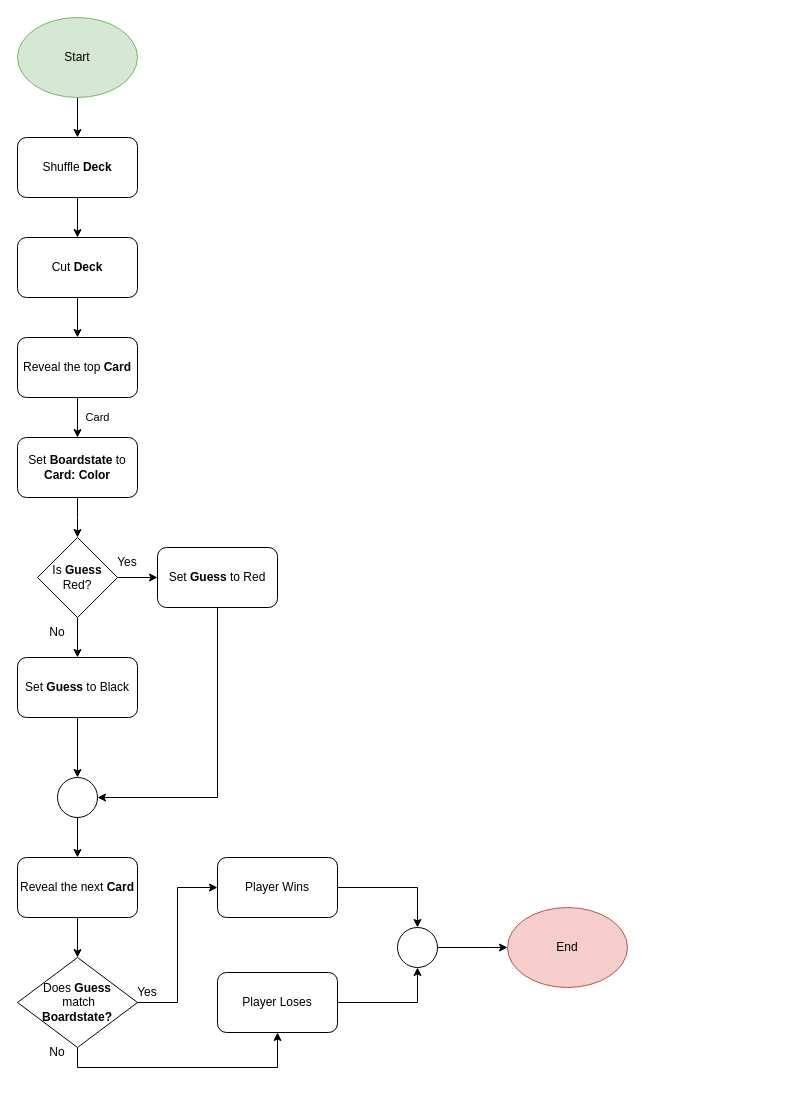
Above: images/Red or Black Game.drawio in FlipFlopsy/FlopsTEPrework (draw.io), before the change. Source tidied: cells renumbered, new cells numbered last; positions are measured from the earlier drawing's top-left corner, leaving out a move shared by most shapes. Both pictures are drawn from the tidied source at 100%, with x=0, y=0 at pixel (17, 17).
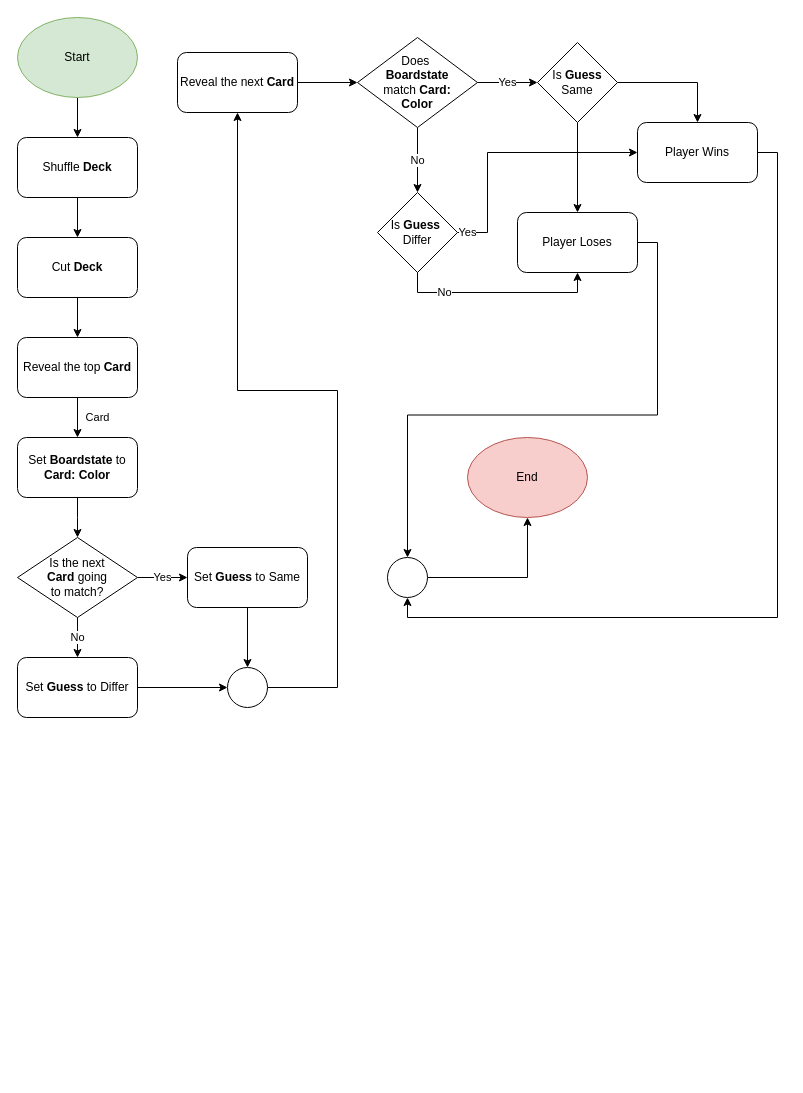
After the change.

Change to the diagram source:
```diff
@@
-    <mxCell id="12" style="edgeStyle=orthogonalEdgeStyle;rounded=0;jettySize=auto;html=1;" parent="1" edge="1" source="14" target="16">
-      <mxGeometry relative="1" as="geometry" />
-    </mxCell>
-    <mxCell id="13" style="edgeStyle=orthogonalEdgeStyle;rounded=0;jettySize=auto;html=1;" parent="1" edge="1" source="14" target="18">
-      <mxGeometry relative="1" as="geometry" />
-    </mxCell>
+    <mxCell id="37" value="Yes" style="edgeStyle=orthogonalEdgeStyle;rounded=0;jettySize=auto;html=1;" parent="1" edge="1" source="14" target="44">
+      <mxGeometry relative="1" as="geometry" />
+    </mxCell>
+    <mxCell id="38" value="No" style="edgeStyle=orthogonalEdgeStyle;rounded=0;jettySize=auto;html=1;" parent="1" edge="1" source="14" target="42">
+      <mxGeometry relative="1" as="geometry" />
+    </mxCell>
-    <mxCell id="14" value="Is &lt;b&gt;Guess&lt;/b&gt; Red?" style="rhombus;whiteSpace=wrap;html=1;" parent="1" vertex="1">
-      <mxGeometry x="20" y="520" width="80" height="80" as="geometry" />
+    <mxCell id="14" value="Is the next&lt;br&gt;&lt;b&gt;Card&lt;/b&gt;&amp;nbsp;going&lt;br&gt;to match?" style="rhombus;whiteSpace=wrap;html=1;" parent="1" vertex="1">
+      <mxGeometry y="520" width="120" height="80" as="geometry" />
     </mxCell>
-    <mxCell id="15" style="edgeStyle=orthogonalEdgeStyle;rounded=0;jettySize=auto;html=1;exitX=0.5;exitY=1;exitDx=0;exitDy=0;entryX=1;entryY=0.5;entryDx=0;entryDy=0;" parent="1" edge="1" source="16" target="20">
-      <mxGeometry relative="1" as="geometry" />
-    </mxCell>
-    <mxCell id="16" value="Set &lt;b&gt;Guess&lt;/b&gt;&amp;nbsp;to Red" style="rounded=1;whiteSpace=wrap;html=1;" parent="1" vertex="1">
-      <mxGeometry x="140" y="530" width="120" height="60" as="geometry" />
-    </mxCell>
-    <mxCell id="17" style="edgeStyle=orthogonalEdgeStyle;rounded=0;jettySize=auto;html=1;" parent="1" edge="1" source="18" target="20">
-      <mxGeometry relative="1" as="geometry" />
-    </mxCell>
-    <mxCell id="18" value="Set &lt;b&gt;Guess&lt;/b&gt;&amp;nbsp;to Black" style="rounded=1;whiteSpace=wrap;html=1;" parent="1" vertex="1">
-      <mxGeometry y="640" width="120" height="60" as="geometry" />
-    </mxCell>
-    <mxCell id="19" style="edgeStyle=orthogonalEdgeStyle;rounded=0;jettySize=auto;html=1;" parent="1" edge="1" source="20" target="22">
-      <mxGeometry relative="1" as="geometry" />
-    </mxCell>
-    <mxCell id="20" style="ellipse;whiteSpace=wrap;html=1;" parent="1" vertex="1">
-      <mxGeometry x="40" y="760" width="40" height="40" as="geometry" />
-    </mxCell>
@@
     <mxCell id="22" value="Reveal the next &lt;b&gt;Card&lt;/b&gt;" style="rounded=1;whiteSpace=wrap;html=1;" parent="1" vertex="1">
-      <mxGeometry y="840" width="120" height="60" as="geometry" />
+      <mxGeometry x="160" y="35" width="120" height="60" as="geometry" />
     </mxCell>
-    <mxCell id="23" style="edgeStyle=orthogonalEdgeStyle;rounded=0;jettySize=auto;html=1;exitX=1;exitY=0.5;exitDx=0;exitDy=0;entryX=0;entryY=0.5;entryDx=0;entryDy=0;" parent="1" edge="1" source="25" target="29">
-      <mxGeometry relative="1" as="geometry" />
-    </mxCell>
-    <mxCell id="24" style="edgeStyle=orthogonalEdgeStyle;rounded=0;jettySize=auto;html=1;exitX=0.5;exitY=1;exitDx=0;exitDy=0;entryX=0.5;entryY=1;entryDx=0;entryDy=0;" parent="1" edge="1" source="25" target="31">
-      <mxGeometry relative="1" as="geometry" />
-    </mxCell>
+    <mxCell id="39" value="No" style="edgeStyle=orthogonalEdgeStyle;rounded=0;jettySize=auto;html=1;" parent="1" edge="1" source="25" target="52">
+      <mxGeometry relative="1" as="geometry" />
+    </mxCell>
+    <mxCell id="40" value="Yes" style="edgeStyle=orthogonalEdgeStyle;rounded=0;jettySize=auto;html=1;" parent="1" edge="1" source="25" target="49">
+      <mxGeometry relative="1" as="geometry" />
+    </mxCell>
-    <mxCell id="25" value="Does &lt;b&gt;Guess&lt;br&gt;&lt;/b&gt;&amp;nbsp;match&lt;br&gt;&lt;b&gt;Boardstate?&lt;/b&gt;" style="rhombus;whiteSpace=wrap;html=1;" parent="1" vertex="1">
-      <mxGeometry y="940" width="120" height="90" as="geometry" />
+    <mxCell id="25" value="Does&lt;b&gt;&amp;nbsp;&lt;br&gt;Boardstate&lt;/b&gt;&lt;br&gt;match &lt;b&gt;Card: &lt;br&gt;Color&lt;/b&gt;" style="rhombus;whiteSpace=wrap;html=1;" parent="1" vertex="1">
+      <mxGeometry x="340" y="20" width="120" height="90" as="geometry" />
     </mxCell>
-    <mxCell id="26" value="Yes" style="text;html=1;align=center;verticalAlign=middle;whiteSpace=wrap;rounded=0;" parent="1" vertex="1">
-      <mxGeometry x="80" y="530" width="60" height="30" as="geometry" />
-    </mxCell>
-    <mxCell id="27" value="No" style="text;html=1;align=center;verticalAlign=middle;whiteSpace=wrap;rounded=0;" parent="1" vertex="1">
-      <mxGeometry x="10" y="600" width="60" height="30" as="geometry" />
-    </mxCell>
+    <mxCell id="32" style="edgeStyle=orthogonalEdgeStyle;rounded=0;jettySize=auto;html=1;" parent="1" edge="1" source="33" target="34">
+      <mxGeometry relative="1" as="geometry" />
+    </mxCell>
+    <mxCell id="33" style="ellipse;whiteSpace=wrap;html=1;" parent="1" vertex="1">
+      <mxGeometry x="370" y="540" width="40" height="40" as="geometry" />
+    </mxCell>
+    <mxCell id="34" value="End" style="ellipse;whiteSpace=wrap;html=1;fillColor=#f8cecc;strokeColor=#b85450;" parent="1" vertex="1">
+      <mxGeometry x="450" y="420" width="120" height="80" as="geometry" />
+    </mxCell>
-    <mxCell id="28" style="edgeStyle=orthogonalEdgeStyle;rounded=0;jettySize=auto;html=1;exitX=1;exitY=0.5;exitDx=0;exitDy=0;" parent="1" edge="1" source="29" target="33">
+    <mxCell id="28" style="edgeStyle=orthogonalEdgeStyle;rounded=0;jettySize=auto;html=1;exitX=1;exitY=0.5;exitDx=0;exitDy=0;entryX=0.5;entryY=1;entryDx=0;entryDy=0;" parent="1" edge="1" source="29" target="33">
       <mxGeometry relative="1" as="geometry" />
     </mxCell>
     <mxCell id="29" value="Player Wins" style="rounded=1;whiteSpace=wrap;html=1;" parent="1" vertex="1">
-      <mxGeometry x="200" y="840" width="120" height="60" as="geometry" />
+      <mxGeometry x="620" y="105" width="120" height="60" as="geometry" />
     </mxCell>
-    <mxCell id="30" style="edgeStyle=orthogonalEdgeStyle;rounded=0;jettySize=auto;html=1;exitX=1;exitY=0.5;exitDx=0;exitDy=0;entryX=0.5;entryY=1;entryDx=0;entryDy=0;" parent="1" edge="1" source="31" target="33">
+    <mxCell id="30" style="edgeStyle=orthogonalEdgeStyle;rounded=0;jettySize=auto;html=1;exitX=1;exitY=0.5;exitDx=0;exitDy=0;entryX=0.5;entryY=0;entryDx=0;entryDy=0;" parent="1" edge="1" source="31" target="33">
       <mxGeometry relative="1" as="geometry" />
     </mxCell>
     <mxCell id="31" value="Player Loses" style="rounded=1;whiteSpace=wrap;html=1;" parent="1" vertex="1">
-      <mxGeometry x="200" y="955" width="120" height="60" as="geometry" />
+      <mxGeometry x="500" y="195" width="120" height="60" as="geometry" />
     </mxCell>
-    <mxCell id="32" style="edgeStyle=orthogonalEdgeStyle;rounded=0;jettySize=auto;html=1;" parent="1" edge="1" source="33" target="34">
-      <mxGeometry relative="1" as="geometry" />
-    </mxCell>
-    <mxCell id="33" style="ellipse;whiteSpace=wrap;html=1;" parent="1" vertex="1">
-      <mxGeometry x="380" y="910" width="40" height="40" as="geometry" />
-    </mxCell>
-    <mxCell id="34" value="End" style="ellipse;whiteSpace=wrap;html=1;fillColor=#f8cecc;strokeColor=#b85450;" parent="1" vertex="1">
-      <mxGeometry x="490" y="890" width="120" height="80" as="geometry" />
-    </mxCell>
-    <mxCell id="35" value="Yes" style="text;html=1;align=center;verticalAlign=middle;whiteSpace=wrap;rounded=0;" parent="1" vertex="1">
-      <mxGeometry x="100" y="960" width="60" height="30" as="geometry" />
-    </mxCell>
-    <mxCell id="36" value="No" style="text;html=1;align=center;verticalAlign=middle;whiteSpace=wrap;rounded=0;" parent="1" vertex="1">
-      <mxGeometry x="10" y="1020" width="60" height="30" as="geometry" />
-    </mxCell>
+    <mxCell id="41" style="edgeStyle=orthogonalEdgeStyle;rounded=0;jettySize=auto;html=1;" parent="1" edge="1" source="42" target="46">
+      <mxGeometry relative="1" as="geometry" />
+    </mxCell>
+    <mxCell id="42" value="Set&amp;nbsp;&lt;b&gt;Guess&lt;/b&gt;&amp;nbsp;to Differ" style="rounded=1;whiteSpace=wrap;html=1;" parent="1" vertex="1">
+      <mxGeometry y="640" width="120" height="60" as="geometry" />
+    </mxCell>
+    <mxCell id="43" style="edgeStyle=orthogonalEdgeStyle;rounded=0;jettySize=auto;html=1;" parent="1" edge="1" source="44" target="46">
+      <mxGeometry relative="1" as="geometry" />
+    </mxCell>
+    <mxCell id="44" value="Set&lt;b&gt;&amp;nbsp;Guess&lt;/b&gt;&amp;nbsp;to Same" style="rounded=1;whiteSpace=wrap;html=1;" parent="1" vertex="1">
+      <mxGeometry x="170" y="530" width="120" height="60" as="geometry" />
+    </mxCell>
+    <mxCell id="45" style="edgeStyle=orthogonalEdgeStyle;rounded=0;jettySize=auto;html=1;" parent="1" edge="1" source="46" target="22">
+      <mxGeometry relative="1" as="geometry">
+        <Array as="points">
+          <mxPoint x="320" y="670" />
+          <mxPoint x="320" y="373" />
+          <mxPoint x="220" y="373" />
+        </Array>
+      </mxGeometry>
+    </mxCell>
+    <mxCell id="46" style="ellipse;whiteSpace=wrap;html=1;" parent="1" vertex="1">
+      <mxGeometry x="210" y="650" width="40" height="40" as="geometry" />
+    </mxCell>
+    <mxCell id="47" style="edgeStyle=orthogonalEdgeStyle;rounded=0;jettySize=auto;html=1;exitX=1;exitY=0.5;exitDx=0;exitDy=0;entryX=0.5;entryY=0;entryDx=0;entryDy=0;" parent="1" edge="1" source="49" target="29">
+      <mxGeometry relative="1" as="geometry" />
+    </mxCell>
+    <mxCell id="48" style="edgeStyle=orthogonalEdgeStyle;rounded=0;jettySize=auto;html=1;" parent="1" edge="1" source="49" target="31">
+      <mxGeometry relative="1" as="geometry" />
+    </mxCell>
+    <mxCell id="49" value="Is &lt;b&gt;Guess &lt;/b&gt;Same" style="rhombus;whiteSpace=wrap;html=1;" parent="1" vertex="1">
+      <mxGeometry x="520" y="25" width="80" height="80" as="geometry" />
+    </mxCell>
+    <mxCell id="50" value="Yes" style="edgeStyle=orthogonalEdgeStyle;rounded=0;jettySize=auto;html=1;exitX=1;exitY=0.5;exitDx=0;exitDy=0;entryX=0;entryY=0.5;entryDx=0;entryDy=0;" parent="1" edge="1" source="52" target="29">
+      <mxGeometry x="-0.92" relative="1" as="geometry">
+        <Array as="points">
+          <mxPoint x="470" y="215" />
+          <mxPoint x="470" y="135" />
+        </Array>
+      </mxGeometry>
+    </mxCell>
+    <mxCell id="51" value="No" style="edgeStyle=orthogonalEdgeStyle;rounded=0;jettySize=auto;html=1;exitX=0.5;exitY=1;exitDx=0;exitDy=0;entryX=0.5;entryY=1;entryDx=0;entryDy=0;" parent="1" edge="1" source="52" target="31">
+      <mxGeometry x="-0.53" relative="1" as="geometry" />
+    </mxCell>
+    <mxCell id="52" value="Is &lt;b&gt;Guess&lt;/b&gt;&amp;nbsp;&lt;br&gt;Differ" style="rhombus;whiteSpace=wrap;html=1;" parent="1" vertex="1">
+      <mxGeometry x="360" y="175" width="80" height="80" as="geometry" />
+    </mxCell>
```
